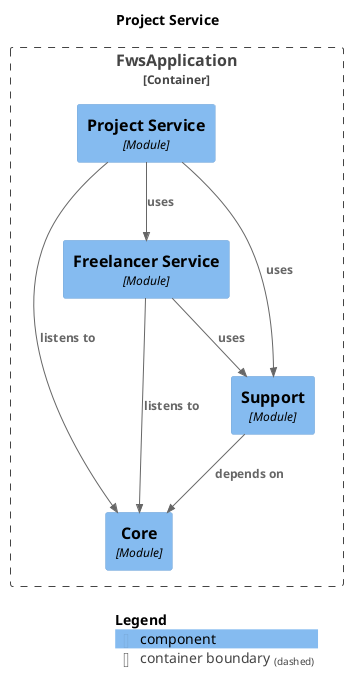
Above: docs/modules/module-project.png in krloxz/fws-application (PlantUML), before the change. Source of this version:
```plantuml
@startuml
set separator none
title Project Service

top to bottom direction

!include <C4/C4>
!include <C4/C4_Context>
!include <C4/C4_Component>

Container_Boundary("FwsApplication.FwsApplication_boundary", "FwsApplication", $tags="") {
  Component(FwsApplication.FwsApplication.Core, "Core", $techn="Module", $descr="", $tags="", $link="")
  Component(FwsApplication.FwsApplication.ProjectService, "Project Service", $techn="Module", $descr="", $tags="", $link="")
  Component(FwsApplication.FwsApplication.FreelancerService, "Freelancer Service", $techn="Module", $descr="", $tags="", $link="")
  Component(FwsApplication.FwsApplication.Support, "Support", $techn="Module", $descr="", $tags="", $link="")
}

Rel(FwsApplication.FwsApplication.ProjectService, FwsApplication.FwsApplication.Support, "uses", $techn="", $tags="", $link="")
Rel(FwsApplication.FwsApplication.ProjectService, FwsApplication.FwsApplication.FreelancerService, "uses", $techn="", $tags="", $link="")
Rel(FwsApplication.FwsApplication.FreelancerService, FwsApplication.FwsApplication.Core, "listens to", $techn="", $tags="", $link="")
Rel(FwsApplication.FwsApplication.FreelancerService, FwsApplication.FwsApplication.Support, "uses", $techn="", $tags="", $link="")
Rel(FwsApplication.FwsApplication.Support, FwsApplication.FwsApplication.Core, "depends on", $techn="", $tags="", $link="")
Rel(FwsApplication.FwsApplication.ProjectService, FwsApplication.FwsApplication.Core, "listens to", $techn="", $tags="", $link="")

SHOW_LEGEND(true)
@enduml
```
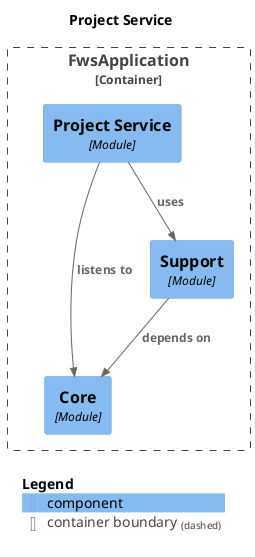
The same file after the commit.

The edit, as a diff of the source:
```diff
@@ -11,16 +11,12 @@
 Container_Boundary("FwsApplication.FwsApplication_boundary", "FwsApplication", $tags="") {
   Component(FwsApplication.FwsApplication.Core, "Core", $techn="Module", $descr="", $tags="", $link="")
   Component(FwsApplication.FwsApplication.ProjectService, "Project Service", $techn="Module", $descr="", $tags="", $link="")
-  Component(FwsApplication.FwsApplication.FreelancerService, "Freelancer Service", $techn="Module", $descr="", $tags="", $link="")
   Component(FwsApplication.FwsApplication.Support, "Support", $techn="Module", $descr="", $tags="", $link="")
 }
 
-Rel(FwsApplication.FwsApplication.ProjectService, FwsApplication.FwsApplication.Support, "uses", $techn="", $tags="", $link="")
-Rel(FwsApplication.FwsApplication.ProjectService, FwsApplication.FwsApplication.FreelancerService, "uses", $techn="", $tags="", $link="")
-Rel(FwsApplication.FwsApplication.FreelancerService, FwsApplication.FwsApplication.Core, "listens to", $techn="", $tags="", $link="")
-Rel(FwsApplication.FwsApplication.FreelancerService, FwsApplication.FwsApplication.Support, "uses", $techn="", $tags="", $link="")
 Rel(FwsApplication.FwsApplication.Support, FwsApplication.FwsApplication.Core, "depends on", $techn="", $tags="", $link="")
 Rel(FwsApplication.FwsApplication.ProjectService, FwsApplication.FwsApplication.Core, "listens to", $techn="", $tags="", $link="")
+Rel(FwsApplication.FwsApplication.ProjectService, FwsApplication.FwsApplication.Support, "uses", $techn="", $tags="", $link="")
 
 SHOW_LEGEND(true)
 @enduml
```
